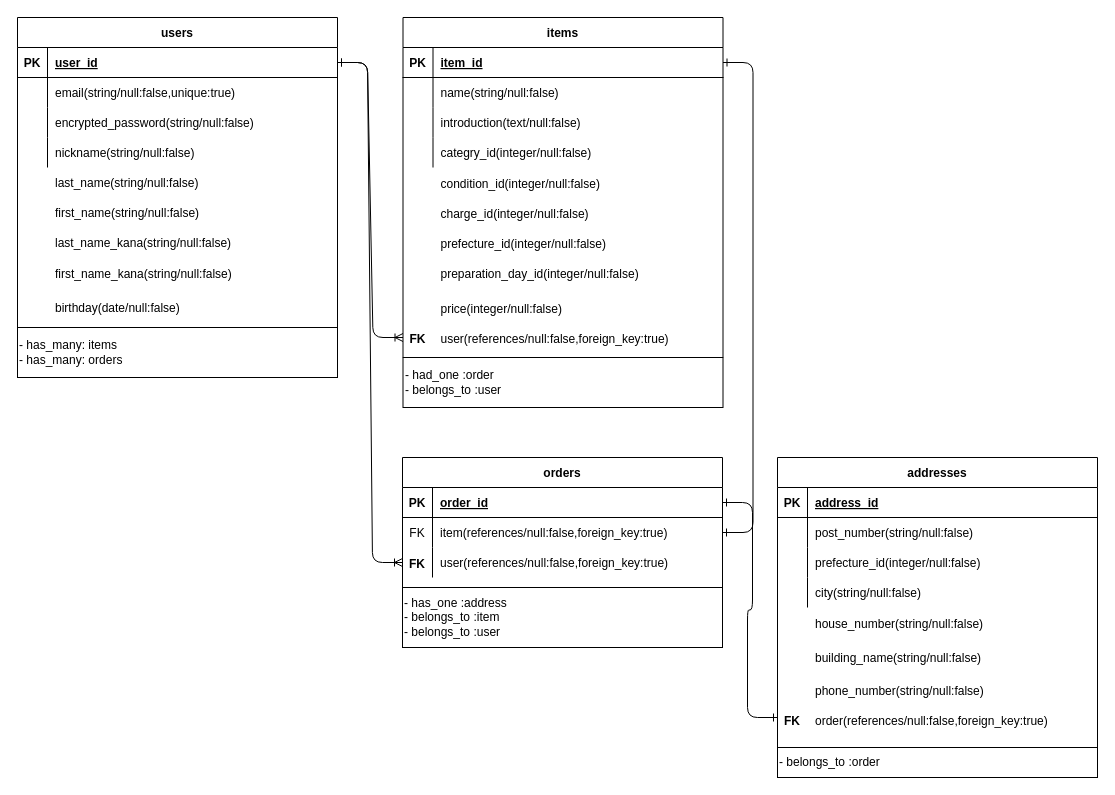
This is ER.dio from HIDEKAZU-YARITA/furima-32479, a draw.io file, before an edit. Source tidied: cells renumbered, new cells numbered last; positions are measured from the earlier drawing's top-left corner, leaving out a move shared by most shapes. Both pictures are drawn from the tidied source at 100%, with x=0, y=0 at pixel (17, 17).
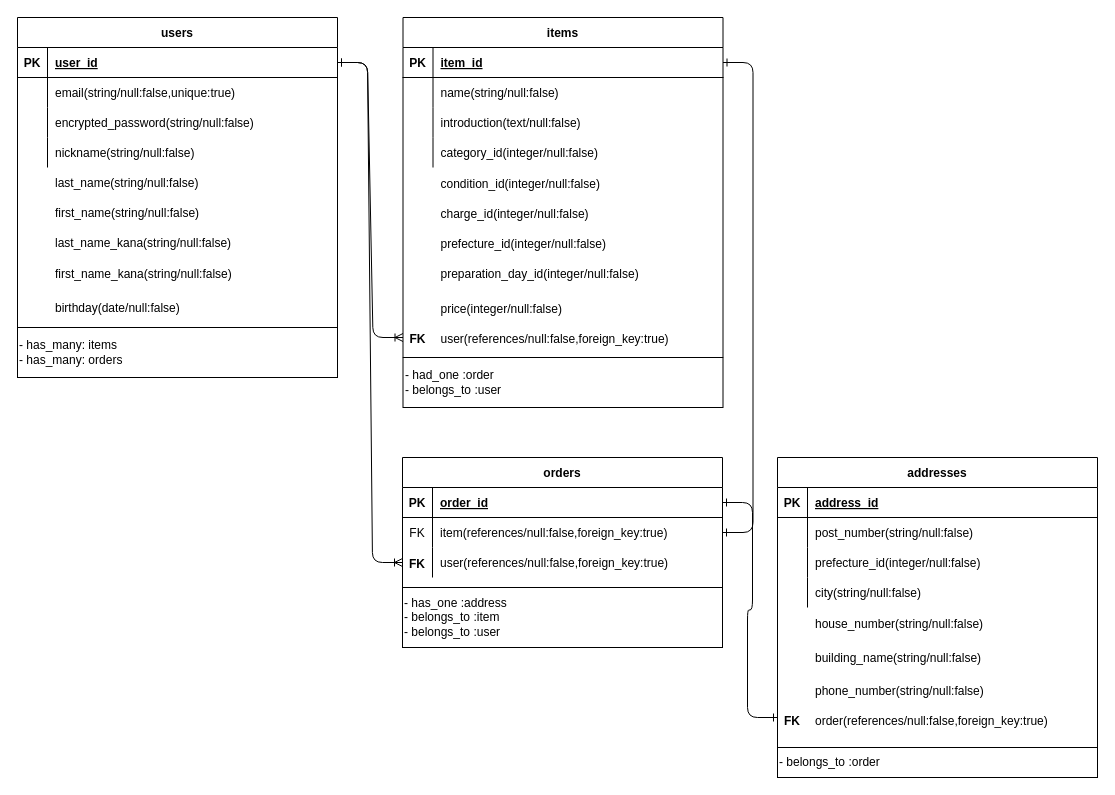
After the change.

Commit message:
ER図：誤字訂正

Unchanged cells that the change refers to:
```xml
<mxCell id="47" style="shape=partialRectangle;fillColor=none;top=0;left=0;bottom=0;right=0;" parent="37" vertex="1">
  <mxGeometry y="120" width="320" height="30" as="geometry" />
</mxCell>
```

The edit, as a diff of the source:
```diff
@@
-    <mxCell id="49" value="categry_id(integer/null:false)" style="shape=partialRectangle;fillColor=none;top=0;left=0;bottom=0;right=0;align=left;spacingLeft=6;overflow=hidden;" parent="47" vertex="1">
+    <mxCell id="49" value="category_id(integer/null:false)" style="shape=partialRectangle;fillColor=none;top=0;left=0;bottom=0;right=0;align=left;spacingLeft=6;overflow=hidden;" parent="47" vertex="1">
       <mxGeometry x="30" width="290" height="30" as="geometry" />
     </mxCell>
```
